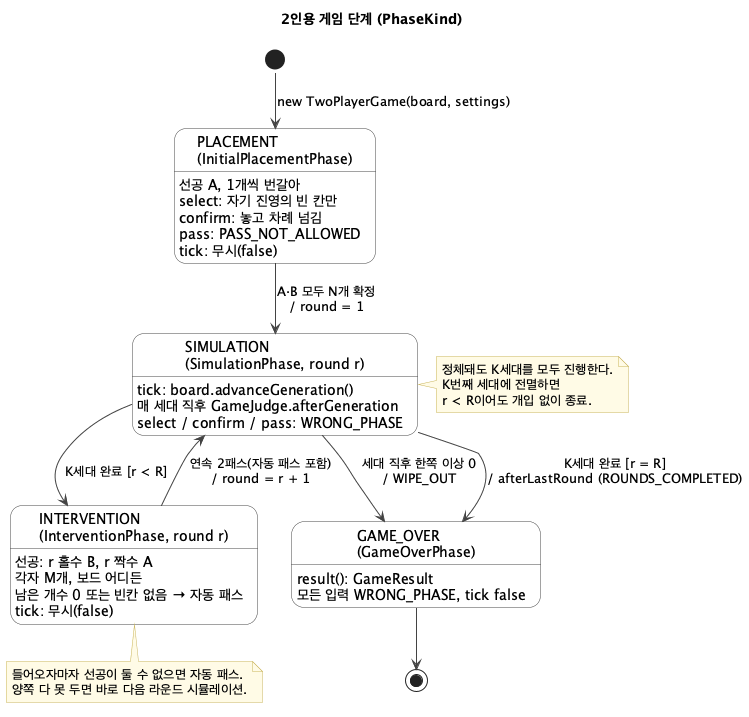
The PlantUML diagram Codes/GameOfLife/src/com/holub/life/twoplayer/docs/diagrams/twoplayer-game-phase-state.png in DesignPattern8/DPTermProject, before a commit. Source of this version:
```plantuml
@startuml twoplayer-game-phase-state
skinparam defaultFontName "Noto Sans CJK KR"
skinparam shadowing false
skinparam state {
  BackgroundColor #FFFFFF
  BorderColor #444444
  ArrowColor #444444
  StartColor #444444
  EndColor #444444
}
skinparam note {
  BackgroundColor #FFFBE6
  BorderColor #C9B458
}

title 2인용 게임 단계 (PhaseKind)

[*] --> Placement : new TwoPlayerGame(board, settings)

state "PLACEMENT\n(InitialPlacementPhase)" as Placement
Placement : 선공 A, 1개씩 번갈아
Placement : select: 자기 진영의 빈 칸만
Placement : confirm: 놓고 차례 넘김
Placement : pass: PASS_NOT_ALLOWED
Placement : tick: 무시(false)

state "SIMULATION\n(SimulationPhase, round r)" as Simulation
Simulation : tick: board.advanceGeneration()
Simulation : 매 세대 직후 GameJudge.afterGeneration
Simulation : select / confirm / pass: WRONG_PHASE

state "INTERVENTION\n(InterventionPhase, round r)" as Intervention
Intervention : 선공: r 홀수 B, r 짝수 A
Intervention : 각자 M개, 보드 어디든
Intervention : 남은 개수 0 또는 빈칸 없음 → 자동 패스
Intervention : tick: 무시(false)

state "GAME_OVER\n(GameOverPhase)" as GameOver
GameOver : result(): GameResult
GameOver : 모든 입력 WRONG_PHASE, tick false

Placement --> Simulation : A·B 모두 N개 확정\n/ round = 1
Simulation --> GameOver : 세대 직후 한쪽 이상 0\n/ WIPE_OUT
Simulation --> Intervention : K세대 완료 [r < R]
Simulation --> GameOver : K세대 완료 [r = R]\n/ afterLastRound (ROUNDS_COMPLETED)
Intervention --> Simulation : 연속 2패스(자동 패스 포함)\n/ round = r + 1
GameOver --> [*]

note right of Simulation
  정체돼도 K세대를 모두 진행한다.
  K번째 세대에 전멸하면
  r < R이어도 개입 없이 종료.
end note

note bottom of Intervention
  들어오자마자 선공이 둘 수 없으면 자동 패스.
  양쪽 다 못 두면 바로 다음 라운드 시뮬레이션.
end note
@enduml
```
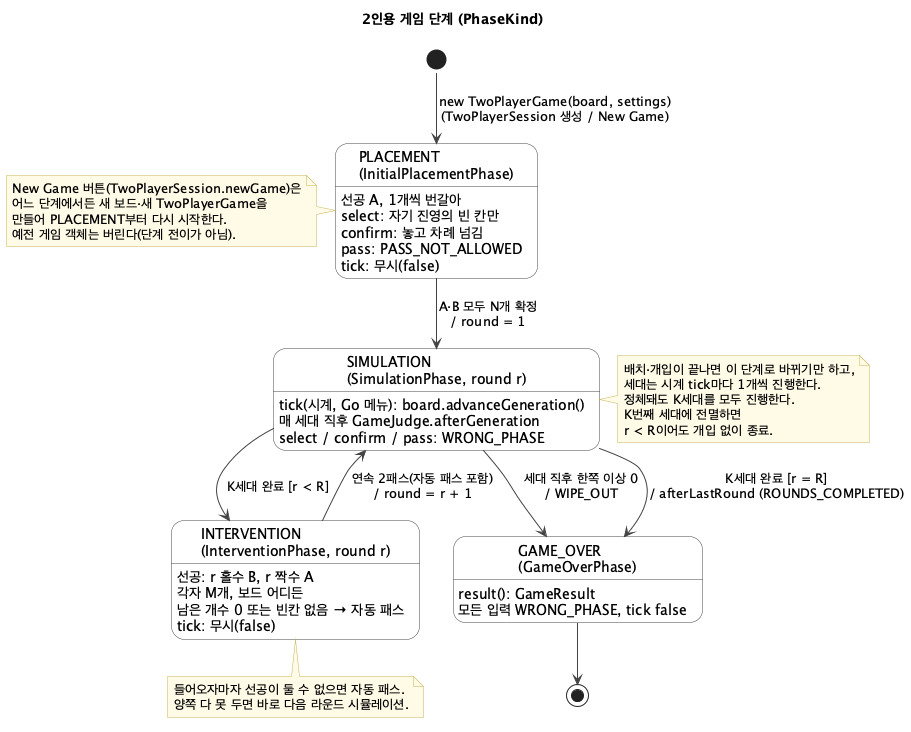
The same diagram one commit later.

Commit message:
docs: 클래스·라운드 시퀀스·단계 상태 다이어그램을 현재 코드로 갱신 (TwoPlayerSession, 시계·패널 호출 경로, New Game) (#8)

The edit, as a diff of the source:
```diff
@@ -15,7 +15,7 @@
 
 title 2인용 게임 단계 (PhaseKind)
 
-[*] --> Placement : new TwoPlayerGame(board, settings)
+[*] --> Placement : new TwoPlayerGame(board, settings)\n(TwoPlayerSession 생성 / New Game)
 
 state "PLACEMENT\n(InitialPlacementPhase)" as Placement
 Placement : 선공 A, 1개씩 번갈아
@@ -25,7 +25,7 @@
 Placement : tick: 무시(false)
 
 state "SIMULATION\n(SimulationPhase, round r)" as Simulation
-Simulation : tick: board.advanceGeneration()
+Simulation : tick(시계, Go 메뉴): board.advanceGeneration()
 Simulation : 매 세대 직후 GameJudge.afterGeneration
 Simulation : select / confirm / pass: WRONG_PHASE
 
@@ -46,7 +46,16 @@
 Intervention --> Simulation : 연속 2패스(자동 패스 포함)\n/ round = r + 1
 GameOver --> [*]
 
+note left of Placement
+  New Game 버튼(TwoPlayerSession.newGame)은
+  어느 단계에서든 새 보드·새 TwoPlayerGame을
+  만들어 PLACEMENT부터 다시 시작한다.
+  예전 게임 객체는 버린다(단계 전이가 아님).
+end note
+
 note right of Simulation
+  배치·개입이 끝나면 이 단계로 바뀌기만 하고,
+  세대는 시계 tick마다 1개씩 진행한다.
   정체돼도 K세대를 모두 진행한다.
   K번째 세대에 전멸하면
   r < R이어도 개입 없이 종료.
```
